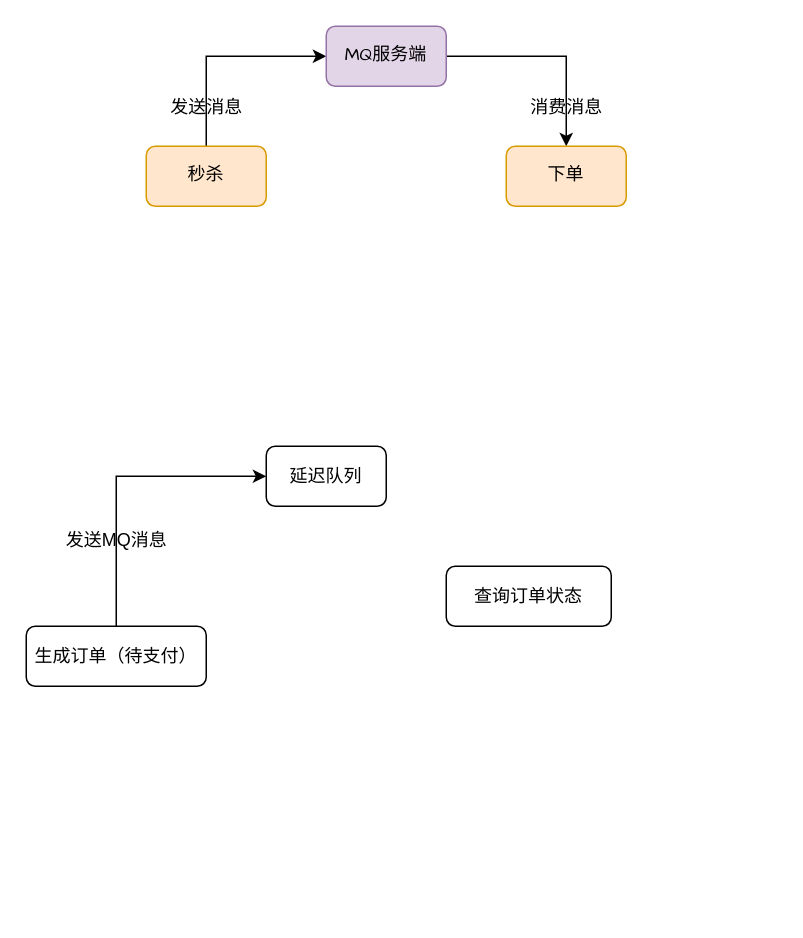
Floweryu/my-diagrams keeps this draw.io diagram as 分布式.drawio. Above is the earlier version. Source tidied: cells renumbered, new cells numbered last; positions are measured from the earlier drawing's top-left corner, leaving out a move shared by most shapes. Both pictures are drawn from the tidied source at 150%, with x=0, y=0 at pixel (26, 26).
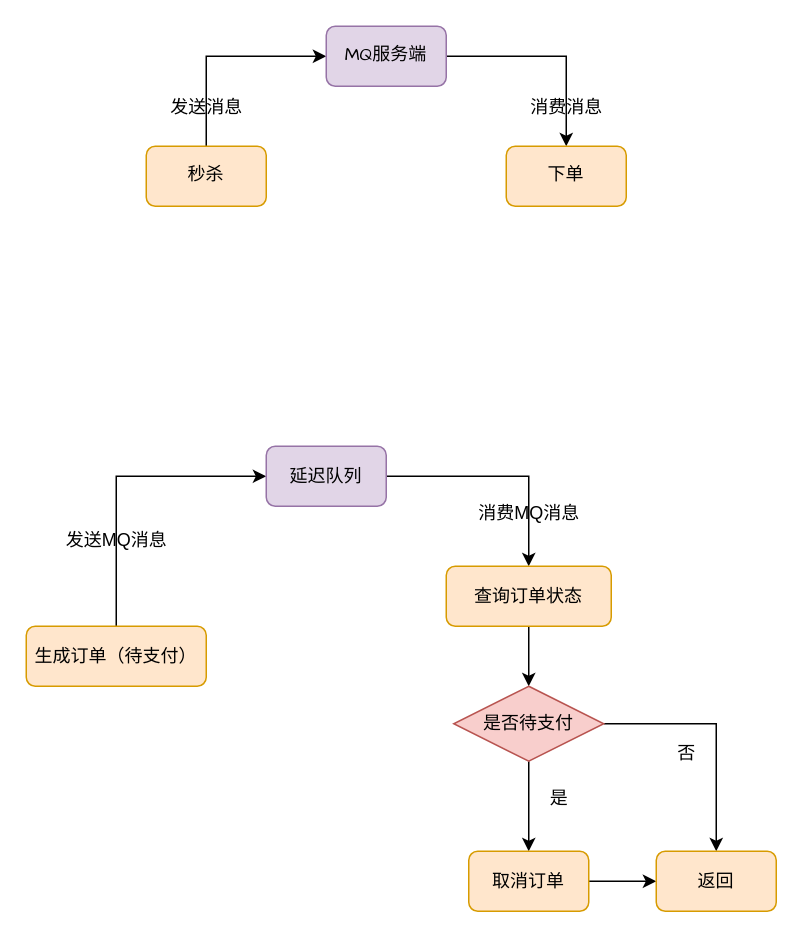
The same diagram, later.

Commit message:
更新分布式.drawio

What changed in the source:
```diff
@@
-    <mxCell id="10" value="生成订单（待支付）" style="rounded=1;whiteSpace=wrap;html=1;" parent="1" vertex="1">
+    <mxCell id="10" value="生成订单（待支付）" style="rounded=1;whiteSpace=wrap;html=1;fillColor=#ffe6cc;strokeColor=#d79b00;" parent="1" vertex="1">
       <mxGeometry y="400" width="120" height="40" as="geometry" />
     </mxCell>
+    <mxCell id="14" style="edgeStyle=orthogonalEdgeStyle;rounded=0;jettySize=auto;html=1;exitX=1;exitY=0.5;exitDx=0;exitDy=0;entryX=0.5;entryY=0;entryDx=0;entryDy=0;" parent="1" edge="1" source="11" target="13">
+      <mxGeometry relative="1" as="geometry" />
+    </mxCell>
-    <mxCell id="11" value="延迟队列" style="rounded=1;whiteSpace=wrap;html=1;" parent="1" vertex="1">
+    <mxCell id="11" value="延迟队列" style="rounded=1;whiteSpace=wrap;html=1;fillColor=#e1d5e7;strokeColor=#9673a6;" parent="1" vertex="1">
       <mxGeometry x="160" y="280" width="80" height="40" as="geometry" />
     </mxCell>
@@
+    <mxCell id="15" style="edgeStyle=orthogonalEdgeStyle;rounded=0;jettySize=auto;html=1;exitX=0.5;exitY=1;exitDx=0;exitDy=0;" parent="1" edge="1" source="13" target="19">
+      <mxGeometry relative="1" as="geometry" />
+    </mxCell>
-    <mxCell id="13" value="查询订单状态" style="rounded=1;whiteSpace=wrap;html=1;" parent="1" vertex="1">
+    <mxCell id="13" value="查询订单状态" style="rounded=1;whiteSpace=wrap;html=1;fillColor=#ffe6cc;strokeColor=#d79b00;" parent="1" vertex="1">
       <mxGeometry x="280" y="360" width="110" height="40" as="geometry" />
     </mxCell>
+    <mxCell id="16" value="消费MQ消息" style="text;html=1;align=center;verticalAlign=middle;strokeColor=none;fillColor=none;" parent="1" vertex="1">
+      <mxGeometry x="290" y="310" width="90" height="30" as="geometry" />
+    </mxCell>
+    <mxCell id="17" style="edgeStyle=orthogonalEdgeStyle;rounded=0;jettySize=auto;html=1;exitX=0.5;exitY=1;exitDx=0;exitDy=0;" parent="1" edge="1" source="19" target="21">
+      <mxGeometry relative="1" as="geometry" />
+    </mxCell>
+    <mxCell id="18" style="edgeStyle=orthogonalEdgeStyle;rounded=0;jettySize=auto;html=1;exitX=1;exitY=0.5;exitDx=0;exitDy=0;entryX=0.5;entryY=0;entryDx=0;entryDy=0;" parent="1" edge="1" source="19" target="23">
+      <mxGeometry relative="1" as="geometry" />
+    </mxCell>
+    <mxCell id="19" value="是否待支付" style="rhombus;whiteSpace=wrap;html=1;fillColor=#f8cecc;strokeColor=#b85450;" parent="1" vertex="1">
+      <mxGeometry x="285" y="440" width="100" height="50" as="geometry" />
+    </mxCell>
+    <mxCell id="20" style="edgeStyle=orthogonalEdgeStyle;rounded=0;jettySize=auto;html=1;exitX=1;exitY=0.5;exitDx=0;exitDy=0;" parent="1" edge="1" source="21" target="23">
+      <mxGeometry relative="1" as="geometry" />
+    </mxCell>
+    <mxCell id="21" value="取消订单" style="rounded=1;whiteSpace=wrap;html=1;fillColor=#ffe6cc;strokeColor=#d79b00;" parent="1" vertex="1">
+      <mxGeometry x="295" y="550" width="80" height="40" as="geometry" />
+    </mxCell>
+    <mxCell id="22" value="是" style="text;html=1;align=center;verticalAlign=middle;strokeColor=none;fillColor=none;" parent="1" vertex="1">
+      <mxGeometry x="335" y="500" width="40" height="30" as="geometry" />
+    </mxCell>
+    <mxCell id="23" value="返回" style="rounded=1;whiteSpace=wrap;html=1;fillColor=#ffe6cc;strokeColor=#d79b00;" parent="1" vertex="1">
+      <mxGeometry x="420" y="550" width="80" height="40" as="geometry" />
+    </mxCell>
+    <mxCell id="24" value="否" style="text;html=1;align=center;verticalAlign=middle;strokeColor=none;fillColor=none;" parent="1" vertex="1">
+      <mxGeometry x="420" y="470" width="40" height="30" as="geometry" />
+    </mxCell>
```
